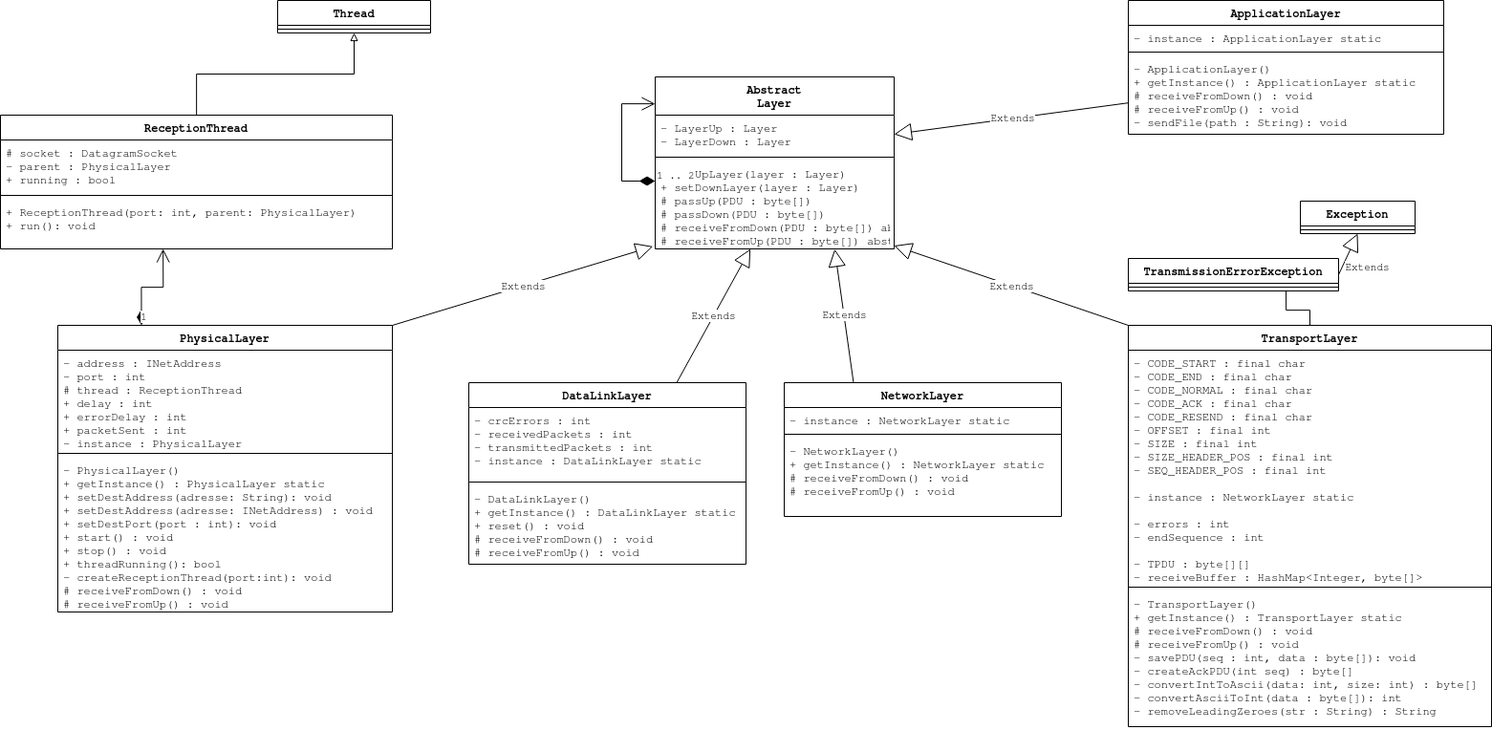
Raesangur/UdeS_S3_APP3 keeps this draw.io diagram as UML.png. Above is the earlier version. Source tidied: cells renumbered, new cells last; positions are measured from the earlier drawing's top-left corner, leaving out a move shared by most shapes. The source it was exported from:
```xml
<mxGraphModel>
  <root>
    <mxCell id="0" />
    <mxCell id="1" parent="0" />
    <mxCell id="2" value="Abstract&#10;Layer&#10;" style="swimlane;fontStyle=1;align=center;verticalAlign=top;horizontal=1;startSize=40;" parent="1" vertex="1">
      <mxGeometry x="685" y="80" width="250" height="180" as="geometry" />
    </mxCell>
    <mxCell id="3" value="- LayerUp : Layer&#10;- LayerDown : Layer&#10;" style="text;strokeColor=none;fillColor=none;align=left;verticalAlign=top;spacingLeft=4;spacingRight=4;overflow=hidden;points=[[0,0.5],[1,0.5]];portConstraint=eastwest;" parent="2" vertex="1">
      <mxGeometry y="40" width="250" height="40" as="geometry" />
    </mxCell>
    <mxCell id="4" style="line;strokeWidth=1;fillColor=none;align=left;verticalAlign=middle;spacingTop=-1;spacingLeft=3;spacingRight=3;labelPosition=right;" parent="2" vertex="1">
      <mxGeometry y="80" width="250" height="8" as="geometry" />
    </mxCell>
    <mxCell id="5" value="+ setUpLayer(layer : Layer)&#10;+ setDownLayer(layer : Layer)&#10;# passUp(PDU : byte[])&#10;# passDown(PDU : byte[])&#10;# receiveFromDown(PDU : byte[]) abstract&#10;# receiveFromUp(PDU : byte[]) abstract&#10;&#10;" style="text;strokeColor=none;fillColor=none;align=left;verticalAlign=top;spacingLeft=4;spacingRight=4;overflow=hidden;points=[[0,0.5],[1,0.5]];portConstraint=eastwest;" parent="2" vertex="1">
      <mxGeometry y="88" width="250" height="92" as="geometry" />
    </mxCell>
    <mxCell id="6" value="1 .. 2" style="endArrow=open;html=1;endSize=12;startArrow=diamondThin;startSize=14;startFill=1;edgeStyle=orthogonalEdgeStyle;align=left;verticalAlign=bottom;rounded=0;" parent="2" edge="1" source="5" target="2">
      <mxGeometry x="-1" y="3" relative="1" as="geometry">
        <Array as="points">
          <mxPoint x="-35" y="109" />
          <mxPoint x="-35" y="28" />
        </Array>
      </mxGeometry>
    </mxCell>
    <mxCell id="7" value="DataLinkLayer" style="swimlane;fontStyle=1;align=center;verticalAlign=top;horizontal=1;startSize=26;" parent="1" vertex="1">
      <mxGeometry x="490" y="400" width="290" height="190" as="geometry" />
    </mxCell>
    <mxCell id="8" value="- crcErrors : int&#10;- receivedPackets : int&#10;- transmittedPackets : int&#10;- instance : DataLinkLayer static&#10;" style="text;strokeColor=none;fillColor=none;align=left;verticalAlign=top;spacingLeft=4;spacingRight=4;overflow=hidden;" parent="7" vertex="1">
      <mxGeometry y="26" width="290" height="74" as="geometry" />
    </mxCell>
    <mxCell id="9" style="line;strokeWidth=1;fillColor=none;align=left;verticalAlign=middle;spacingTop=-1;spacingLeft=3;spacingRight=3;labelPosition=right;" parent="7" vertex="1">
      <mxGeometry y="100" width="290" height="8" as="geometry" />
    </mxCell>
    <mxCell id="10" value="- DataLinkLayer()&#10;+ getInstance() : DataLinkLayer static&#10;+ reset() : void&#10;# receiveFromDown() : void&#10;# receiveFromUp() : void&#10;" style="text;strokeColor=none;fillColor=none;align=left;verticalAlign=top;spacingLeft=4;spacingRight=4;overflow=hidden;" parent="7" vertex="1">
      <mxGeometry y="108" width="290" height="82" as="geometry" />
    </mxCell>
    <mxCell id="11" value="NetworkLayer" style="swimlane;fontStyle=1;align=center;verticalAlign=top;horizontal=1;startSize=26;" parent="1" vertex="1">
      <mxGeometry x="820" y="400" width="290" height="140" as="geometry" />
    </mxCell>
    <mxCell id="12" value="- instance : NetworkLayer static&#10;" style="text;strokeColor=none;fillColor=none;align=left;verticalAlign=top;spacingLeft=4;spacingRight=4;overflow=hidden;" parent="11" vertex="1">
      <mxGeometry y="26" width="290" height="24" as="geometry" />
    </mxCell>
    <mxCell id="13" style="line;strokeWidth=1;fillColor=none;align=left;verticalAlign=middle;spacingTop=-1;spacingLeft=3;spacingRight=3;labelPosition=right;" parent="11" vertex="1">
      <mxGeometry y="50" width="290" height="8" as="geometry" />
    </mxCell>
    <mxCell id="14" value="- NetworkLayer()&#10;+ getInstance() : NetworkLayer static&#10;# receiveFromDown() : void&#10;# receiveFromUp() : void&#10;" style="text;strokeColor=none;fillColor=none;align=left;verticalAlign=top;spacingLeft=4;spacingRight=4;overflow=hidden;" parent="11" vertex="1">
      <mxGeometry y="58" width="290" height="82" as="geometry" />
    </mxCell>
    <mxCell id="15" value="Thread" style="swimlane;fontStyle=1;align=center;verticalAlign=top;horizontal=1;startSize=26;" parent="1" vertex="1">
      <mxGeometry x="290" width="160" height="34" as="geometry" />
    </mxCell>
    <mxCell id="16" style="line;strokeWidth=1;fillColor=none;align=left;verticalAlign=middle;spacingTop=-1;spacingLeft=3;spacingRight=3;labelPosition=right;" parent="15" vertex="1">
      <mxGeometry y="26" width="160" height="8" as="geometry" />
    </mxCell>
    <mxCell id="17" style="edgeStyle=orthogonalEdgeStyle;rounded=0;jettySize=auto;html=1;entryX=0.5;entryY=1;entryDx=0;entryDy=0;endArrow=block;endFill=0;" parent="1" edge="1" source="18" target="15">
      <mxGeometry relative="1" as="geometry" />
    </mxCell>
    <mxCell id="18" value="ReceptionThread" style="swimlane;fontStyle=1;align=center;verticalAlign=top;horizontal=1;startSize=26;" parent="1" vertex="1">
      <mxGeometry y="120" width="410" height="140" as="geometry" />
    </mxCell>
    <mxCell id="19" value="# socket : DatagramSocket&#10;- parent : PhysicalLayer&#10;+ running : bool&#10;" style="text;strokeColor=none;fillColor=none;align=left;verticalAlign=top;spacingLeft=4;spacingRight=4;overflow=hidden;" parent="18" vertex="1">
      <mxGeometry y="26" width="410" height="54" as="geometry" />
    </mxCell>
    <mxCell id="20" style="line;strokeWidth=1;fillColor=none;align=left;verticalAlign=middle;spacingTop=-1;spacingLeft=3;spacingRight=3;labelPosition=right;" parent="18" vertex="1">
      <mxGeometry y="80" width="410" height="8" as="geometry" />
    </mxCell>
    <mxCell id="21" value="+ ReceptionThread(port: int, parent: PhysicalLayer)&#10;+ run(): void&#10;" style="text;strokeColor=none;fillColor=none;align=left;verticalAlign=top;spacingLeft=4;spacingRight=4;overflow=hidden;points=[[0,0.5],[1,0.5]];portConstraint=eastwest;" parent="18" vertex="1">
      <mxGeometry y="88" width="410" height="52" as="geometry" />
    </mxCell>
    <mxCell id="22" value="PhysicalLayer" style="swimlane;fontStyle=1;align=center;verticalAlign=top;horizontal=1;startSize=26;" parent="1" vertex="1">
      <mxGeometry x="60" y="340" width="350" height="300" as="geometry" />
    </mxCell>
    <mxCell id="23" value="- address : INetAddress&#10;- port : int&#10;# thread : ReceptionThread&#10;+ delay : int&#10;+ errorDelay : int&#10;+ packetSent : int&#10;- instance : PhysicalLayer&#10;&#10;" style="text;strokeColor=none;fillColor=none;align=left;verticalAlign=top;spacingLeft=4;spacingRight=4;overflow=hidden;" parent="22" vertex="1">
      <mxGeometry y="26" width="350" height="104" as="geometry" />
    </mxCell>
    <mxCell id="24" style="line;strokeWidth=1;fillColor=none;align=left;verticalAlign=middle;spacingTop=-1;spacingLeft=3;spacingRight=3;labelPosition=right;" parent="22" vertex="1">
      <mxGeometry y="130" width="350" height="8" as="geometry" />
    </mxCell>
    <mxCell id="25" value="- PhysicalLayer()&#10;+ getInstance() : PhysicalLayer static&#10;+ setDestAddress(adresse: String): void&#10;+ setDestAddress(adresse: INetAddress) : void&#10;+ setDestPort(port : int): void&#10;+ start() : void&#10;+ stop() : void&#10;+ threadRunning(): bool&#10;- createReceptionThread(port:int): void&#10;# receiveFromDown() : void&#10;# receiveFromUp() : void&#10;" style="text;strokeColor=none;fillColor=none;align=left;verticalAlign=top;spacingLeft=4;spacingRight=4;overflow=hidden;points=[[0,0.5],[1,0.5]];portConstraint=eastwest;" parent="22" vertex="1">
      <mxGeometry y="138" width="350" height="162" as="geometry" />
    </mxCell>
    <mxCell id="26" value="1" style="endArrow=open;html=1;endSize=12;startArrow=diamondThin;startSize=14;startFill=1;edgeStyle=orthogonalEdgeStyle;align=left;verticalAlign=bottom;rounded=0;exitX=0.25;exitY=0;exitDx=0;exitDy=0;entryX=0.415;entryY=1;entryDx=0;entryDy=0;entryPerimeter=0;" parent="1" edge="1" source="22" target="21">
      <mxGeometry x="-1" y="3" relative="1" as="geometry" />
    </mxCell>
    <mxCell id="27" value="Extends" style="endArrow=block;endSize=16;endFill=0;html=1;rounded=0;entryX=-0.009;entryY=0.972;entryDx=0;entryDy=0;entryPerimeter=0;exitX=1;exitY=0;exitDx=0;exitDy=0;" parent="1" edge="1" source="22" target="5">
      <mxGeometry relative="1" as="geometry" />
    </mxCell>
    <mxCell id="28" value="Extends" style="endArrow=block;endSize=16;endFill=0;html=1;rounded=0;exitX=0.75;exitY=0;exitDx=0;exitDy=0;" parent="1" edge="1" source="7" target="5">
      <mxGeometry relative="1" as="geometry" />
    </mxCell>
    <mxCell id="29" value="Extends" style="endArrow=block;endSize=16;endFill=0;html=1;rounded=0;exitX=0.25;exitY=0;exitDx=0;exitDy=0;entryX=0.751;entryY=1.003;entryDx=0;entryDy=0;entryPerimeter=0;" parent="1" edge="1" source="11" target="5">
      <mxGeometry relative="1" as="geometry" />
    </mxCell>
    <mxCell id="30" value="TransportLayer" style="swimlane;fontStyle=1;align=center;verticalAlign=top;horizontal=1;startSize=26;" parent="1" vertex="1">
      <mxGeometry x="1180" y="340" width="380" height="420" as="geometry" />
    </mxCell>
    <mxCell id="31" value="- CODE_START : final char&#10;- CODE_END : final char&#10;- CODE_NORMAL : final char&#10;- CODE_ACK : final char&#10;- CODE_RESEND : final char&#10;- OFFSET : final int&#10;- SIZE : final int&#10;- SIZE_HEADER_POS : final int&#10;- SEQ_HEADER_POS : final int&#10;&#10;- instance : NetworkLayer static&#10;&#10;- errors : int&#10;- endSequence : int&#10;&#10;- TPDU : byte[][]&#10;- receiveBuffer : HashMap&lt;Integer, byte[]&gt;" style="text;strokeColor=none;fillColor=none;align=left;verticalAlign=top;spacingLeft=4;spacingRight=4;overflow=hidden;" parent="30" vertex="1">
      <mxGeometry y="26" width="380" height="244" as="geometry" />
    </mxCell>
    <mxCell id="32" style="line;strokeWidth=1;fillColor=none;align=left;verticalAlign=middle;spacingTop=-1;spacingLeft=3;spacingRight=3;labelPosition=right;" parent="30" vertex="1">
      <mxGeometry y="270" width="380" height="8" as="geometry" />
    </mxCell>
    <mxCell id="33" value="- TransportLayer()&#10;+ getInstance() : TransportLayer static&#10;# receiveFromDown() : void&#10;# receiveFromUp() : void&#10;- savePDU(seq : int, data : byte[]): void&#10;- createAckPDU(int seq) : byte[]&#10;- convertIntToAscii(data: int, size: int) : byte[]&#10;- convertAsciiToInt(data : byte[]): int&#10;- removeLeadingZeroes(str : String) : String&#10;&#10;" style="text;strokeColor=none;fillColor=none;align=left;verticalAlign=top;spacingLeft=4;spacingRight=4;overflow=hidden;" parent="30" vertex="1">
      <mxGeometry y="278" width="380" height="142" as="geometry" />
    </mxCell>
    <mxCell id="34" value="Extends" style="endArrow=block;endSize=16;endFill=0;html=1;rounded=0;exitX=0;exitY=0;exitDx=0;exitDy=0;" parent="1" edge="1" source="30" target="5">
      <mxGeometry relative="1" as="geometry" />
    </mxCell>
    <mxCell id="35" value="ApplicationLayer" style="swimlane;fontStyle=1;align=center;verticalAlign=top;horizontal=1;startSize=26;" parent="1" vertex="1">
      <mxGeometry x="1180" width="330" height="140" as="geometry" />
    </mxCell>
    <mxCell id="36" value="- instance : ApplicationLayer static&#10;" style="text;strokeColor=none;fillColor=none;align=left;verticalAlign=top;spacingLeft=4;spacingRight=4;overflow=hidden;" parent="35" vertex="1">
      <mxGeometry y="26" width="330" height="24" as="geometry" />
    </mxCell>
    <mxCell id="37" style="line;strokeWidth=1;fillColor=none;align=left;verticalAlign=middle;spacingTop=-1;spacingLeft=3;spacingRight=3;labelPosition=right;" parent="35" vertex="1">
      <mxGeometry y="50" width="330" height="8" as="geometry" />
    </mxCell>
    <mxCell id="38" value="- ApplicationLayer()&#10;+ getInstance() : ApplicationLayer static&#10;# receiveFromDown() : void&#10;# receiveFromUp() : void&#10;- sendFile(path : String): void&#10;&#10;" style="text;strokeColor=none;fillColor=none;align=left;verticalAlign=top;spacingLeft=4;spacingRight=4;overflow=hidden;points=[[0,0.5],[1,0.5]];portConstraint=eastwest;" parent="35" vertex="1">
      <mxGeometry y="58" width="330" height="82" as="geometry" />
    </mxCell>
    <mxCell id="39" value="Extends" style="endArrow=block;endSize=16;endFill=0;html=1;rounded=0;exitX=0.002;exitY=0.599;exitDx=0;exitDy=0;exitPerimeter=0;entryX=1;entryY=0.5;entryDx=0;entryDy=0;" parent="1" edge="1" source="38" target="3">
      <mxGeometry relative="1" as="geometry" />
    </mxCell>
    <mxCell id="40" style="edgeStyle=orthogonalEdgeStyle;rounded=0;jettySize=auto;html=1;exitX=0.75;exitY=1;exitDx=0;exitDy=0;entryX=0.5;entryY=0;entryDx=0;entryDy=0;endArrow=none;endFill=0;" parent="1" edge="1" source="41" target="30">
      <mxGeometry relative="1" as="geometry" />
    </mxCell>
    <mxCell id="41" value="TransmissionErrorException" style="swimlane;fontStyle=1;align=center;verticalAlign=top;horizontal=1;startSize=26;" parent="1" vertex="1">
      <mxGeometry x="1180" y="270" width="220" height="34" as="geometry" />
    </mxCell>
    <mxCell id="42" style="line;strokeWidth=1;fillColor=none;align=left;verticalAlign=middle;spacingTop=-1;spacingLeft=3;spacingRight=3;labelPosition=right;" parent="41" vertex="1">
      <mxGeometry y="26" width="220" height="8" as="geometry" />
    </mxCell>
    <mxCell id="43" value="Exception" style="swimlane;fontStyle=1;align=center;verticalAlign=top;horizontal=1;startSize=26;" parent="1" vertex="1">
      <mxGeometry x="1360" y="210" width="120" height="34" as="geometry" />
    </mxCell>
    <mxCell id="44" style="line;strokeWidth=1;fillColor=none;align=left;verticalAlign=middle;spacingTop=-1;spacingLeft=3;spacingRight=3;labelPosition=right;" parent="43" vertex="1">
      <mxGeometry y="26" width="120" height="8" as="geometry" />
    </mxCell>
    <mxCell id="45" value="Extends" style="endArrow=block;endSize=16;endFill=0;html=1;rounded=0;exitX=1;exitY=0.5;exitDx=0;exitDy=0;entryX=0.5;entryY=1;entryDx=0;entryDy=0;" parent="1" edge="1" source="41" target="43">
      <mxGeometry x="-0.2" y="-24" relative="1" as="geometry" />
    </mxCell>
  </root>
</mxGraphModel>
```
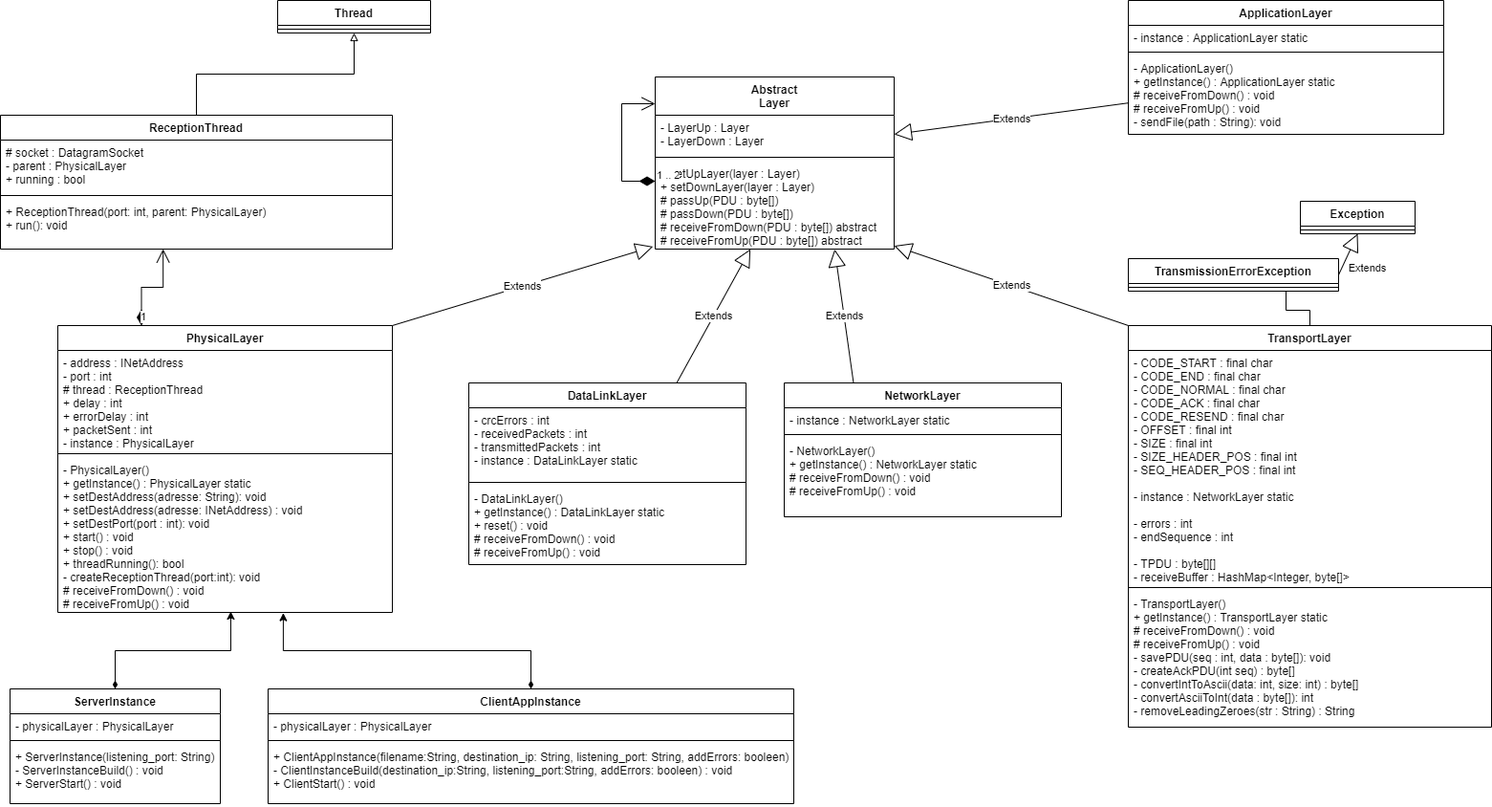
After the commit.

Diff of the diagram source:
```diff
@@ -139,5 +139,35 @@
     <mxCell id="45" value="Extends" style="endArrow=block;endSize=16;endFill=0;html=1;rounded=0;exitX=1;exitY=0.5;exitDx=0;exitDy=0;entryX=0.5;entryY=1;entryDx=0;entryDy=0;" parent="1" edge="1" source="41" target="43">
       <mxGeometry x="-0.2" y="-24" relative="1" as="geometry" />
     </mxCell>
+    <mxCell id="46" style="edgeStyle=orthogonalEdgeStyle;rounded=0;jettySize=auto;html=1;entryX=0.517;entryY=0.994;entryDx=0;entryDy=0;entryPerimeter=0;startArrow=diamondThin;startFill=1;" parent="1" edge="1" source="47" target="25">
+      <mxGeometry relative="1" as="geometry" />
+    </mxCell>
+    <mxCell id="47" value="ServerInstance" style="swimlane;fontStyle=1;align=center;verticalAlign=top;horizontal=1;startSize=26;" parent="1" vertex="1">
+      <mxGeometry x="10" y="720" width="220" height="120" as="geometry" />
+    </mxCell>
+    <mxCell id="48" value="- physicalLayer : PhysicalLayer" style="text;strokeColor=none;fillColor=none;align=left;verticalAlign=top;spacingLeft=4;spacingRight=4;overflow=hidden;" parent="47" vertex="1">
+      <mxGeometry y="26" width="220" height="24" as="geometry" />
+    </mxCell>
+    <mxCell id="49" style="line;strokeWidth=1;fillColor=none;align=left;verticalAlign=middle;spacingTop=-1;spacingLeft=3;spacingRight=3;labelPosition=right;" parent="47" vertex="1">
+      <mxGeometry y="50" width="220" height="8" as="geometry" />
+    </mxCell>
+    <mxCell id="50" value="+ ServerInstance(listening_port: String)&#10;- ServerInstanceBuild() : void&#10;+ ServerStart() : void&#10;" style="text;strokeColor=none;fillColor=none;align=left;verticalAlign=top;spacingLeft=4;spacingRight=4;overflow=hidden;" parent="47" vertex="1">
+      <mxGeometry y="58" width="220" height="62" as="geometry" />
+    </mxCell>
+    <mxCell id="51" style="edgeStyle=orthogonalEdgeStyle;rounded=0;jettySize=auto;html=1;entryX=0.674;entryY=1.004;entryDx=0;entryDy=0;entryPerimeter=0;startArrow=diamondThin;startFill=1;" parent="1" edge="1" source="52" target="25">
+      <mxGeometry relative="1" as="geometry" />
+    </mxCell>
+    <mxCell id="52" value="ClientAppInstance" style="swimlane;fontStyle=1;align=center;verticalAlign=top;horizontal=1;startSize=26;" parent="1" vertex="1">
+      <mxGeometry x="280" y="720" width="550" height="120" as="geometry" />
+    </mxCell>
+    <mxCell id="53" value="- physicalLayer : PhysicalLayer" style="text;strokeColor=none;fillColor=none;align=left;verticalAlign=top;spacingLeft=4;spacingRight=4;overflow=hidden;" parent="52" vertex="1">
+      <mxGeometry y="26" width="550" height="24" as="geometry" />
+    </mxCell>
+    <mxCell id="54" style="line;strokeWidth=1;fillColor=none;align=left;verticalAlign=middle;spacingTop=-1;spacingLeft=3;spacingRight=3;labelPosition=right;" parent="52" vertex="1">
+      <mxGeometry y="50" width="550" height="8" as="geometry" />
+    </mxCell>
+    <mxCell id="55" value="+ ClientAppInstance(filename:String, destination_ip: String, listening_port: String, addErrors: booleen)&#10;- ClientInstanceBuild(destination_ip:String, listening_port:String, addErrors: booleen) : void&#10;+ ClientStart() : void&#10;" style="text;strokeColor=none;fillColor=none;align=left;verticalAlign=top;spacingLeft=4;spacingRight=4;overflow=hidden;" parent="52" vertex="1">
+      <mxGeometry y="58" width="550" height="62" as="geometry" />
+    </mxCell>
   </root>
 </mxGraphModel>
```
